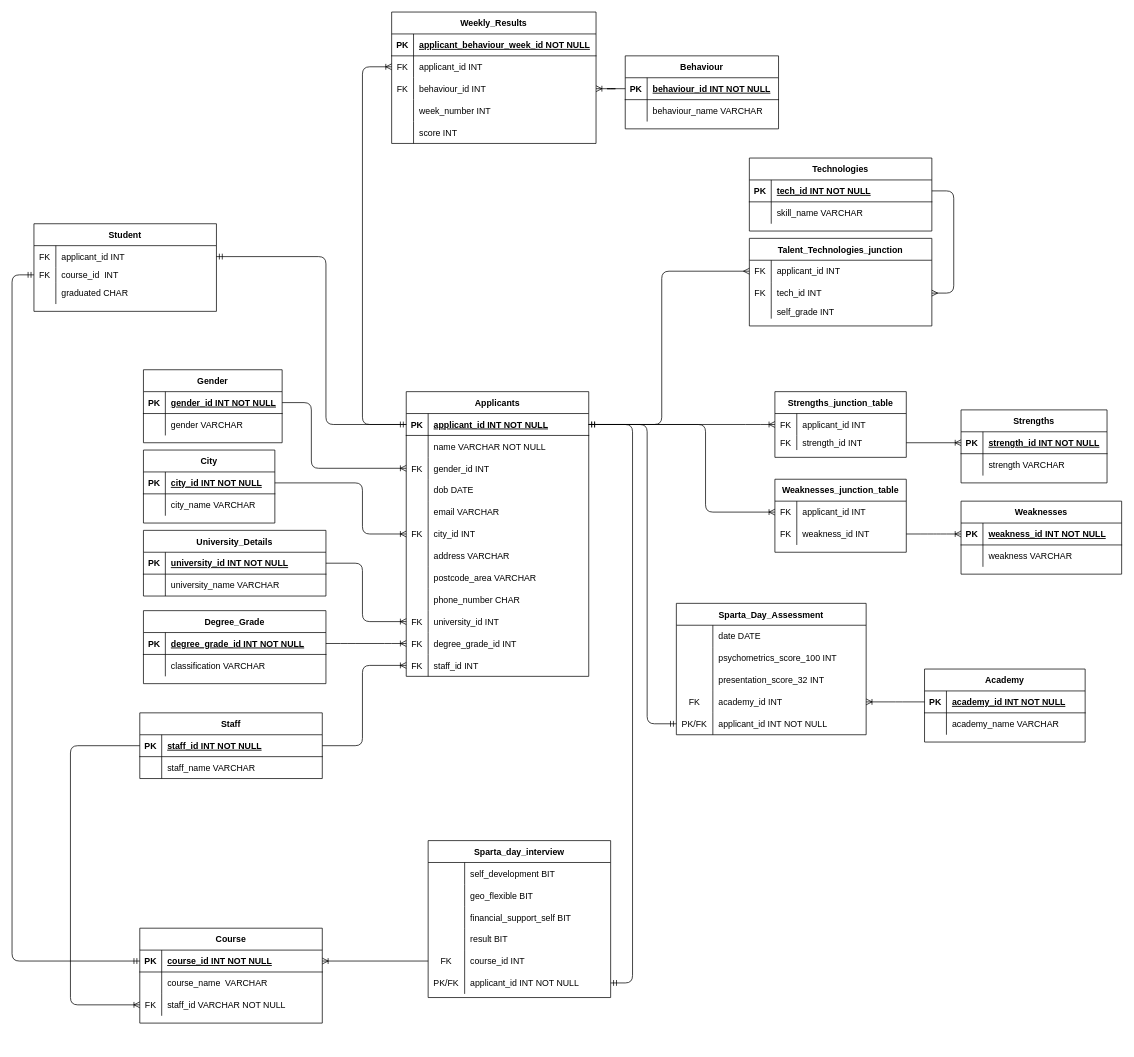
AmyCatling/data17-finalproject keeps this draw.io diagram as sql/fully_normalised/fully_normalised_erd.drawio. Above is the earlier version. Source tidied: cells renumbered, new cells numbered last; positions are measured from the earlier drawing's top-left corner, leaving out a move shared by most shapes. Both pictures are drawn from the tidied source at 73%, with x=0, y=0 at pixel (12, 12).
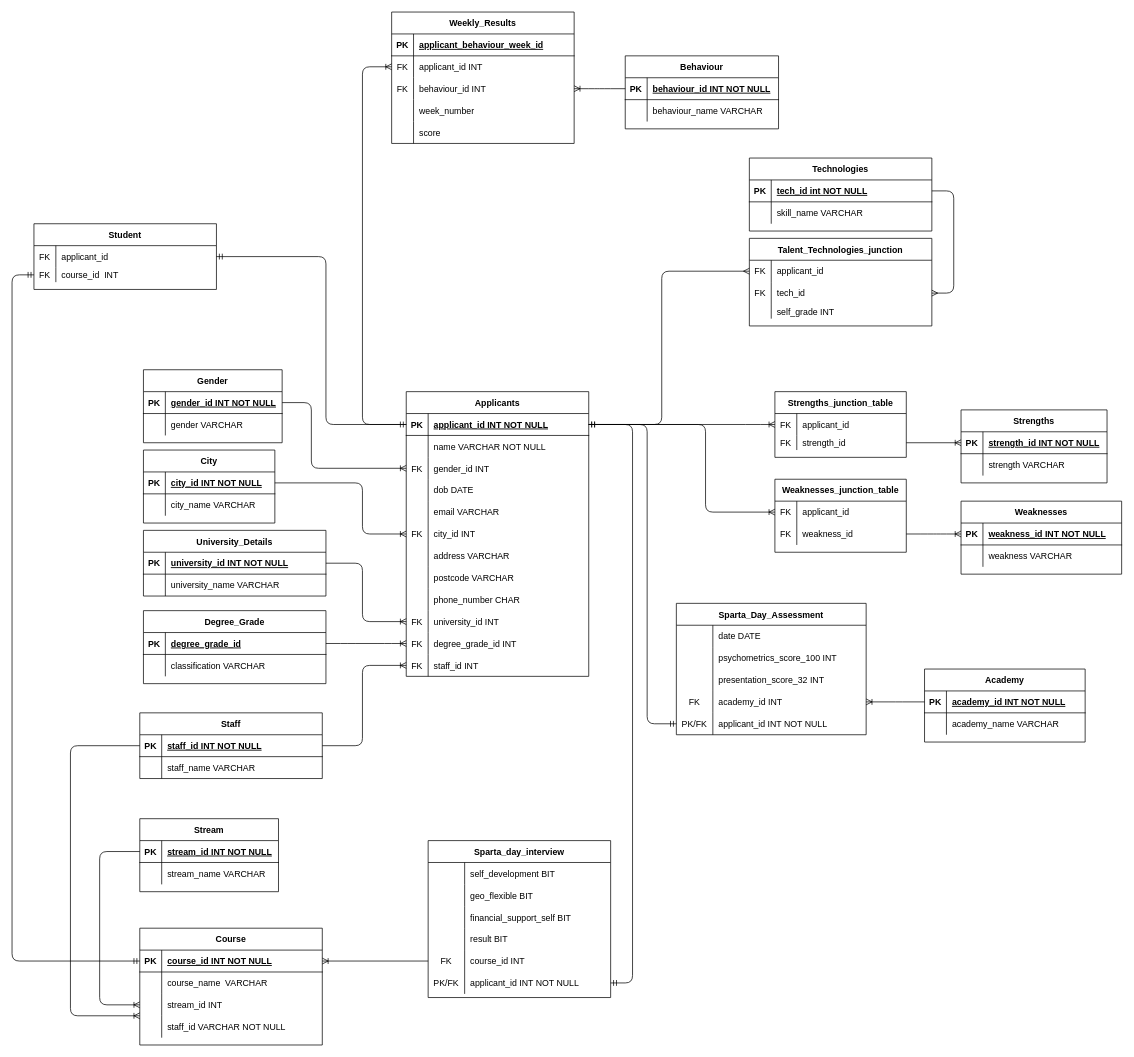
The same diagram, later.

The change refers to these unchanged cells:
```xml
<mxCell id="40" style="shape=partialRectangle;fillColor=none;top=0;left=0;right=0;bottom=0;" parent="18" vertex="1">
  <mxGeometry y="240" width="250" height="30" as="geometry" />
</mxCell>
<mxCell id="73" style="shape=partialRectangle;fillColor=none;points=[[0,0.5],[1,0.5]];portConstraint=eastwest;top=0;left=0;right=0;bottom=1;" parent="72" vertex="1">
  <mxGeometry y="30" width="250" height="30" as="geometry" />
</mxCell>
<mxCell id="80" style="shape=partialRectangle;fillColor=none;points=[[0,0.5],[1,0.5]];portConstraint=eastwest;top=0;left=0;right=0;bottom=1;" parent="79" vertex="1">
  <mxGeometry y="30" width="250" height="30" as="geometry" />
</mxCell>
<mxCell id="87" style="shape=partialRectangle;fillColor=none;points=[[0,0.5],[1,0.5]];portConstraint=eastwest;top=0;left=0;right=0;bottom=0;" parent="86" vertex="1">
  <mxGeometry y="30" width="250" height="30" as="geometry" />
</mxCell>
<mxCell id="90" style="shape=partialRectangle;fillColor=none;points=[[0,0.5],[1,0.5]];portConstraint=eastwest;top=0;left=0;right=0;bottom=0;" parent="86" vertex="1">
  <mxGeometry y="60" width="250" height="30" as="geometry" />
</mxCell>
<mxCell id="116" style="shape=partialRectangle;fillColor=none;points=[[0,0.5],[1,0.5]];portConstraint=eastwest;top=0;left=0;right=0;bottom=0;" parent="115" vertex="1">
  <mxGeometry y="30" width="250" height="30" as="geometry" />
</mxCell>
<mxCell id="160" style="shape=partialRectangle;fillColor=none;top=0;left=0;bottom=1;right=0;points=[[0,0.5],[1,0.5]];portConstraint=eastwest;" parent="159" vertex="1">
  <mxGeometry y="30" width="250" height="30" as="geometry" />
</mxCell>
<mxCell id="175" style="shape=partialRectangle;fillColor=none;top=0;left=0;bottom=0;right=0;points=[[0,0.5],[1,0.5]];portConstraint=eastwest;" parent="174" vertex="1">
  <mxGeometry y="30" width="180" height="30" as="geometry" />
</mxCell>
<mxCell id="178" style="shape=partialRectangle;fillColor=none;top=0;left=0;bottom=0;right=0;points=[[0,0.5],[1,0.5]];portConstraint=eastwest;" parent="174" vertex="1">
  <mxGeometry y="60" width="180" height="20" as="geometry" />
</mxCell>
<mxCell id="182" style="shape=partialRectangle;fillColor=none;top=0;left=0;bottom=0;right=0;points=[[0,0.5],[1,0.5]];portConstraint=eastwest;" parent="181" vertex="1">
  <mxGeometry y="30" width="180" height="30" as="geometry" />
</mxCell>
<mxCell id="185" style="shape=partialRectangle;fillColor=none;top=0;left=0;bottom=0;right=0;points=[[0,0.5],[1,0.5]];portConstraint=eastwest;" parent="181" vertex="1">
  <mxGeometry y="60" width="180" height="30" as="geometry" />
</mxCell>
```

Diff of the diagram source:
```diff
@@
-    <mxCell id="42" value="postcode_area VARCHAR" style="shape=partialRectangle;overflow=hidden;fillColor=none;top=0;left=0;bottom=0;right=0;align=left;spacingLeft=6;" parent="40" vertex="1">
+    <mxCell id="42" value="postcode VARCHAR" style="shape=partialRectangle;overflow=hidden;fillColor=none;top=0;left=0;bottom=0;right=0;align=left;spacingLeft=6;" parent="40" vertex="1">
       <mxGeometry x="30" width="220" height="30" as="geometry" />
     </mxCell>
@@
     <mxCell id="56" value="Weekly_Results" style="shape=table;startSize=30;childLayout=tableLayout;rowLines=0;fontStyle=1;align=center;" parent="1" vertex="1">
-      <mxGeometry x="520" width="280" height="180" as="geometry" />
+      <mxGeometry x="520" width="250" height="180" as="geometry" />
     </mxCell>
     <mxCell id="57" style="shape=partialRectangle;fillColor=none;top=0;left=0;right=0;bottom=1;" parent="56" vertex="1">
-      <mxGeometry y="30" width="280" height="30" as="geometry" />
+      <mxGeometry y="30" width="250" height="30" as="geometry" />
     </mxCell>
@@
-    <mxCell id="59" value="applicant_behaviour_week_id NOT NULL" style="shape=partialRectangle;overflow=hidden;fillColor=none;top=0;left=0;bottom=0;right=0;align=left;spacingLeft=6;fontStyle=5;" parent="57" vertex="1">
-      <mxGeometry x="30" width="250" height="30" as="geometry" />
+    <mxCell id="59" value="applicant_behaviour_week_id" style="shape=partialRectangle;overflow=hidden;fillColor=none;top=0;left=0;bottom=0;right=0;align=left;spacingLeft=6;fontStyle=5;" parent="57" vertex="1">
+      <mxGeometry x="30" width="220" height="30" as="geometry" />
     </mxCell>
     <mxCell id="60" style="shape=partialRectangle;fillColor=none;points=[[0,0.5],[1,0.5]];portConstraint=eastwest;top=0;left=0;right=0;bottom=0;" parent="56" vertex="1">
-      <mxGeometry y="60" width="280" height="30" as="geometry" />
+      <mxGeometry y="60" width="250" height="30" as="geometry" />
     </mxCell>
@@
     <mxCell id="62" value="applicant_id INT " style="shape=partialRectangle;overflow=hidden;fillColor=none;top=0;left=0;bottom=0;right=0;align=left;spacingLeft=6;" parent="60" vertex="1">
-      <mxGeometry x="30" width="250" height="30" as="geometry" />
+      <mxGeometry x="30" width="220" height="30" as="geometry" />
     </mxCell>
     <mxCell id="63" style="shape=partialRectangle;fillColor=none;points=[[0,0.5],[1,0.5]];portConstraint=eastwest;top=0;left=0;right=0;bottom=0;" parent="56" vertex="1">
-      <mxGeometry y="90" width="280" height="30" as="geometry" />
+      <mxGeometry y="90" width="250" height="30" as="geometry" />
     </mxCell>
@@
     <mxCell id="65" value="behaviour_id INT" style="shape=partialRectangle;overflow=hidden;fillColor=none;top=0;left=0;bottom=0;right=0;align=left;spacingLeft=6;" parent="63" vertex="1">
-      <mxGeometry x="30" width="250" height="30" as="geometry" />
+      <mxGeometry x="30" width="220" height="30" as="geometry" />
     </mxCell>
     <mxCell id="66" style="shape=partialRectangle;fillColor=none;top=0;left=0;right=0;bottom=0;" parent="56" vertex="1">
-      <mxGeometry y="120" width="280" height="30" as="geometry" />
+      <mxGeometry y="120" width="250" height="30" as="geometry" />
     </mxCell>
@@
-    <mxCell id="68" value="week_number INT" style="shape=partialRectangle;overflow=hidden;fillColor=none;top=0;left=0;bottom=0;right=0;align=left;spacingLeft=6;" parent="66" vertex="1">
-      <mxGeometry x="30" width="250" height="30" as="geometry" />
+    <mxCell id="68" value="week_number" style="shape=partialRectangle;overflow=hidden;fillColor=none;top=0;left=0;bottom=0;right=0;align=left;spacingLeft=6;" parent="66" vertex="1">
+      <mxGeometry x="30" width="220" height="30" as="geometry" />
     </mxCell>
     <mxCell id="69" style="shape=partialRectangle;fillColor=none;top=0;left=0;right=0;bottom=0;" parent="56" vertex="1">
-      <mxGeometry y="150" width="280" height="30" as="geometry" />
+      <mxGeometry y="150" width="250" height="30" as="geometry" />
     </mxCell>
@@
-    <mxCell id="71" value="score INT" style="shape=partialRectangle;overflow=hidden;fillColor=none;top=0;left=0;bottom=0;right=0;align=left;spacingLeft=6;" parent="69" vertex="1">
-      <mxGeometry x="30" width="250" height="30" as="geometry" />
+    <mxCell id="71" value="score" style="shape=partialRectangle;overflow=hidden;fillColor=none;top=0;left=0;bottom=0;right=0;align=left;spacingLeft=6;" parent="69" vertex="1">
+      <mxGeometry x="30" width="220" height="30" as="geometry" />
     </mxCell>
@@
-    <mxCell id="75" value="tech_id INT NOT NULL " style="shape=partialRectangle;overflow=hidden;fillColor=none;top=0;left=0;bottom=0;right=0;align=left;spacingLeft=6;fontStyle=5;" parent="73" vertex="1">
+    <mxCell id="75" value="tech_id int NOT NULL " style="shape=partialRectangle;overflow=hidden;fillColor=none;top=0;left=0;bottom=0;right=0;align=left;spacingLeft=6;fontStyle=5;" parent="73" vertex="1">
       <mxGeometry x="30" width="220" height="30" as="geometry" />
     </mxCell>
@@
-    <mxCell id="89" value="applicant_id INT" style="shape=partialRectangle;overflow=hidden;fillColor=none;top=0;left=0;bottom=0;right=0;align=left;spacingLeft=6;" parent="87" vertex="1">
+    <mxCell id="89" value="applicant_id" style="shape=partialRectangle;overflow=hidden;fillColor=none;top=0;left=0;bottom=0;right=0;align=left;spacingLeft=6;" parent="87" vertex="1">
       <mxGeometry x="30" width="220" height="30" as="geometry" />
     </mxCell>
@@
-    <mxCell id="92" value="tech_id INT" style="shape=partialRectangle;overflow=hidden;fillColor=none;top=0;left=0;bottom=0;right=0;align=left;spacingLeft=6;" parent="90" vertex="1">
+    <mxCell id="92" value="tech_id" style="shape=partialRectangle;overflow=hidden;fillColor=none;top=0;left=0;bottom=0;right=0;align=left;spacingLeft=6;" parent="90" vertex="1">
       <mxGeometry x="30" width="220" height="30" as="geometry" />
     </mxCell>
@@
     <mxCell id="115" value="Student" style="shape=table;startSize=30;childLayout=tableLayout;rowLines=0;fontStyle=1;align=center;" parent="1" vertex="1">
-      <mxGeometry x="30" y="290" width="250" height="120" as="geometry" />
+      <mxGeometry x="30" y="290" width="250" height="90" as="geometry" />
     </mxCell>
@@
-    <mxCell id="118" value="applicant_id INT" style="shape=partialRectangle;overflow=hidden;fillColor=none;top=0;left=0;bottom=0;right=0;align=left;spacingLeft=6;" parent="116" vertex="1">
+    <mxCell id="118" value="applicant_id" style="shape=partialRectangle;overflow=hidden;fillColor=none;top=0;left=0;bottom=0;right=0;align=left;spacingLeft=6;" parent="116" vertex="1">
       <mxGeometry x="30" width="220" height="30" as="geometry" />
     </mxCell>
@@
-    <mxCell id="122" style="shape=partialRectangle;fillColor=none;top=0;left=0;right=0;bottom=0;" parent="115" vertex="1">
-      <mxGeometry y="80" width="250" height="30" as="geometry" />
-    </mxCell>
-    <mxCell id="123" style="shape=partialRectangle;overflow=hidden;fillColor=none;top=0;left=0;bottom=0;right=0;" parent="122" vertex="1">
-      <mxGeometry width="30" height="30" as="geometry" />
-    </mxCell>
-    <mxCell id="124" value="graduated CHAR " style="shape=partialRectangle;overflow=hidden;fillColor=none;top=0;left=0;bottom=0;right=0;align=left;spacingLeft=6;" parent="122" vertex="1">
-      <mxGeometry x="30" width="220" height="30" as="geometry" />
-    </mxCell>
     <mxCell id="125" value="Course" style="shape=table;startSize=30;childLayout=tableLayout;rowLines=0;fontStyle=1;align=center;" parent="1" vertex="1">
-      <mxGeometry x="175" y="1255" width="250" height="130" as="geometry" />
+      <mxGeometry x="175" y="1255" width="250" height="160" as="geometry" />
     </mxCell>
@@
+    <mxCell id="224" style="shape=partialRectangle;fillColor=none;points=[[0,0.5],[1,0.5]];portConstraint=eastwest;top=0;left=0;right=0;bottom=0;" parent="125" vertex="1">
+      <mxGeometry y="90" width="250" height="30" as="geometry" />
+    </mxCell>
+    <mxCell id="123" style="shape=partialRectangle;overflow=hidden;fillColor=none;top=0;left=0;bottom=0;right=0;" parent="224" vertex="1">
+      <mxGeometry width="30" height="30" as="geometry" />
+    </mxCell>
+    <mxCell id="225" value="stream_id INT   " style="shape=partialRectangle;overflow=hidden;fillColor=none;top=0;left=0;bottom=0;right=0;align=left;spacingLeft=6;" parent="224" vertex="1">
+      <mxGeometry x="30" width="220" height="30" as="geometry" />
+    </mxCell>
     <mxCell id="132" style="shape=partialRectangle;fillColor=none;points=[[0,0.5],[1,0.5]];portConstraint=eastwest;top=0;left=0;right=0;bottom=0;" parent="125" vertex="1">
-      <mxGeometry y="90" width="250" height="30" as="geometry" />
+      <mxGeometry y="120" width="250" height="30" as="geometry" />
     </mxCell>
-    <mxCell id="133" value="FK" style="shape=partialRectangle;overflow=hidden;fillColor=none;top=0;left=0;bottom=0;right=0;" parent="132" vertex="1">
+    <mxCell id="133" style="shape=partialRectangle;overflow=hidden;fillColor=none;top=0;left=0;bottom=0;right=0;" parent="132" vertex="1">
       <mxGeometry width="30" height="30" as="geometry" />
     </mxCell>
@@
-    <mxCell id="156" style="edgeStyle=elbowEdgeStyle;fontSize=12;html=1;endArrow=ERoneToMany;entryX=0;entryY=0.5;entryDx=0;entryDy=0;exitX=0;exitY=0.5;exitDx=0;exitDy=0;" parent="1" edge="1" source="80" target="132">
+    <mxCell id="156" style="edgeStyle=elbowEdgeStyle;fontSize=12;html=1;endArrow=ERoneToMany;entryX=0;entryY=0.75;entryDx=0;entryDy=0;exitX=0;exitY=0.5;exitDx=0;exitDy=0;" parent="1" edge="1" source="80" target="125">
       <mxGeometry relative="1" as="geometry">
         <Array as="points">
           <mxPoint x="80" y="1120" />
         </Array>
       </mxGeometry>
     </mxCell>
@@
-    <mxCell id="162" value="degree_grade_id INT NOT NULL" style="shape=partialRectangle;fillColor=none;top=0;left=0;bottom=0;right=0;align=left;spacingLeft=6;fontStyle=5;overflow=hidden;" parent="160" vertex="1">
+    <mxCell id="162" value="degree_grade_id" style="shape=partialRectangle;fillColor=none;top=0;left=0;bottom=0;right=0;align=left;spacingLeft=6;fontStyle=5;overflow=hidden;" parent="160" vertex="1">
       <mxGeometry x="30" width="220" height="30" as="geometry" />
     </mxCell>
@@
+    <mxCell id="226" value="Stream" style="shape=table;startSize=30;childLayout=tableLayout;rowLines=0;fontStyle=1;align=center;" parent="1" vertex="1">
+      <mxGeometry x="175" y="1105" width="190" height="100" as="geometry" />
+    </mxCell>
+    <mxCell id="227" style="shape=partialRectangle;fillColor=none;top=0;left=0;bottom=1;right=0;points=[[0,0.5],[1,0.5]];portConstraint=eastwest;" parent="226" vertex="1">
+      <mxGeometry y="30" width="190" height="30" as="geometry" />
+    </mxCell>
+    <mxCell id="228" value="PK" style="shape=partialRectangle;fillColor=none;top=0;left=0;bottom=0;right=0;fontStyle=1;overflow=hidden;" parent="227" vertex="1">
+      <mxGeometry width="30" height="30" as="geometry" />
+    </mxCell>
+    <mxCell id="229" value="stream_id INT NOT NULL" style="shape=partialRectangle;fillColor=none;top=0;left=0;bottom=0;right=0;align=left;spacingLeft=6;fontStyle=5;overflow=hidden;" parent="227" vertex="1">
+      <mxGeometry x="30" width="160" height="30" as="geometry" />
+    </mxCell>
+    <mxCell id="230" style="shape=partialRectangle;fillColor=none;top=0;left=0;bottom=0;right=0;" parent="226" vertex="1">
+      <mxGeometry y="60" width="190" height="30" as="geometry" />
+    </mxCell>
+    <mxCell id="231" style="shape=partialRectangle;fillColor=none;top=0;left=0;bottom=0;right=0;overflow=hidden;" parent="230" vertex="1">
+      <mxGeometry width="30" height="30" as="geometry" />
+    </mxCell>
+    <mxCell id="232" value="stream_name VARCHAR" style="shape=partialRectangle;fillColor=none;top=0;left=0;bottom=0;right=0;align=left;spacingLeft=6;overflow=hidden;" parent="230" vertex="1">
+      <mxGeometry x="30" width="160" height="30" as="geometry" />
+    </mxCell>
+    <mxCell id="233" style="edgeStyle=elbowEdgeStyle;fontSize=12;html=1;endArrow=ERoneToMany;exitX=0;exitY=0.5;exitDx=0;exitDy=0;entryX=0;entryY=0.5;entryDx=0;entryDy=0;" parent="1" edge="1" source="227" target="224">
+      <mxGeometry relative="1" as="geometry">
+        <Array as="points">
+          <mxPoint x="120" y="1170" />
+        </Array>
+      </mxGeometry>
+    </mxCell>
@@
-    <mxCell id="177" value="applicant_id INT" style="shape=partialRectangle;fillColor=none;top=0;left=0;bottom=0;right=0;align=left;spacingLeft=6;overflow=hidden;" parent="175" vertex="1">
+    <mxCell id="177" value="applicant_id" style="shape=partialRectangle;fillColor=none;top=0;left=0;bottom=0;right=0;align=left;spacingLeft=6;overflow=hidden;" parent="175" vertex="1">
       <mxGeometry x="30" width="150" height="30" as="geometry" />
     </mxCell>
@@
-    <mxCell id="180" value="strength_id INT" style="shape=partialRectangle;fillColor=none;top=0;left=0;bottom=0;right=0;align=left;spacingLeft=6;overflow=hidden;" parent="178" vertex="1">
+    <mxCell id="180" value="strength_id" style="shape=partialRectangle;fillColor=none;top=0;left=0;bottom=0;right=0;align=left;spacingLeft=6;overflow=hidden;" parent="178" vertex="1">
       <mxGeometry x="30" width="150" height="20" as="geometry" />
     </mxCell>
@@
-    <mxCell id="184" value="applicant_id INT" style="shape=partialRectangle;fillColor=none;top=0;left=0;bottom=0;right=0;align=left;spacingLeft=6;overflow=hidden;" parent="182" vertex="1">
+    <mxCell id="184" value="applicant_id" style="shape=partialRectangle;fillColor=none;top=0;left=0;bottom=0;right=0;align=left;spacingLeft=6;overflow=hidden;" parent="182" vertex="1">
       <mxGeometry x="30" width="150" height="30" as="geometry" />
     </mxCell>
@@
-    <mxCell id="187" value="weakness_id INT" style="shape=partialRectangle;fillColor=none;top=0;left=0;bottom=0;right=0;align=left;spacingLeft=6;overflow=hidden;" parent="185" vertex="1">
+    <mxCell id="187" value="weakness_id" style="shape=partialRectangle;fillColor=none;top=0;left=0;bottom=0;right=0;align=left;spacingLeft=6;overflow=hidden;" parent="185" vertex="1">
       <mxGeometry x="30" width="150" height="30" as="geometry" />
     </mxCell>
```
